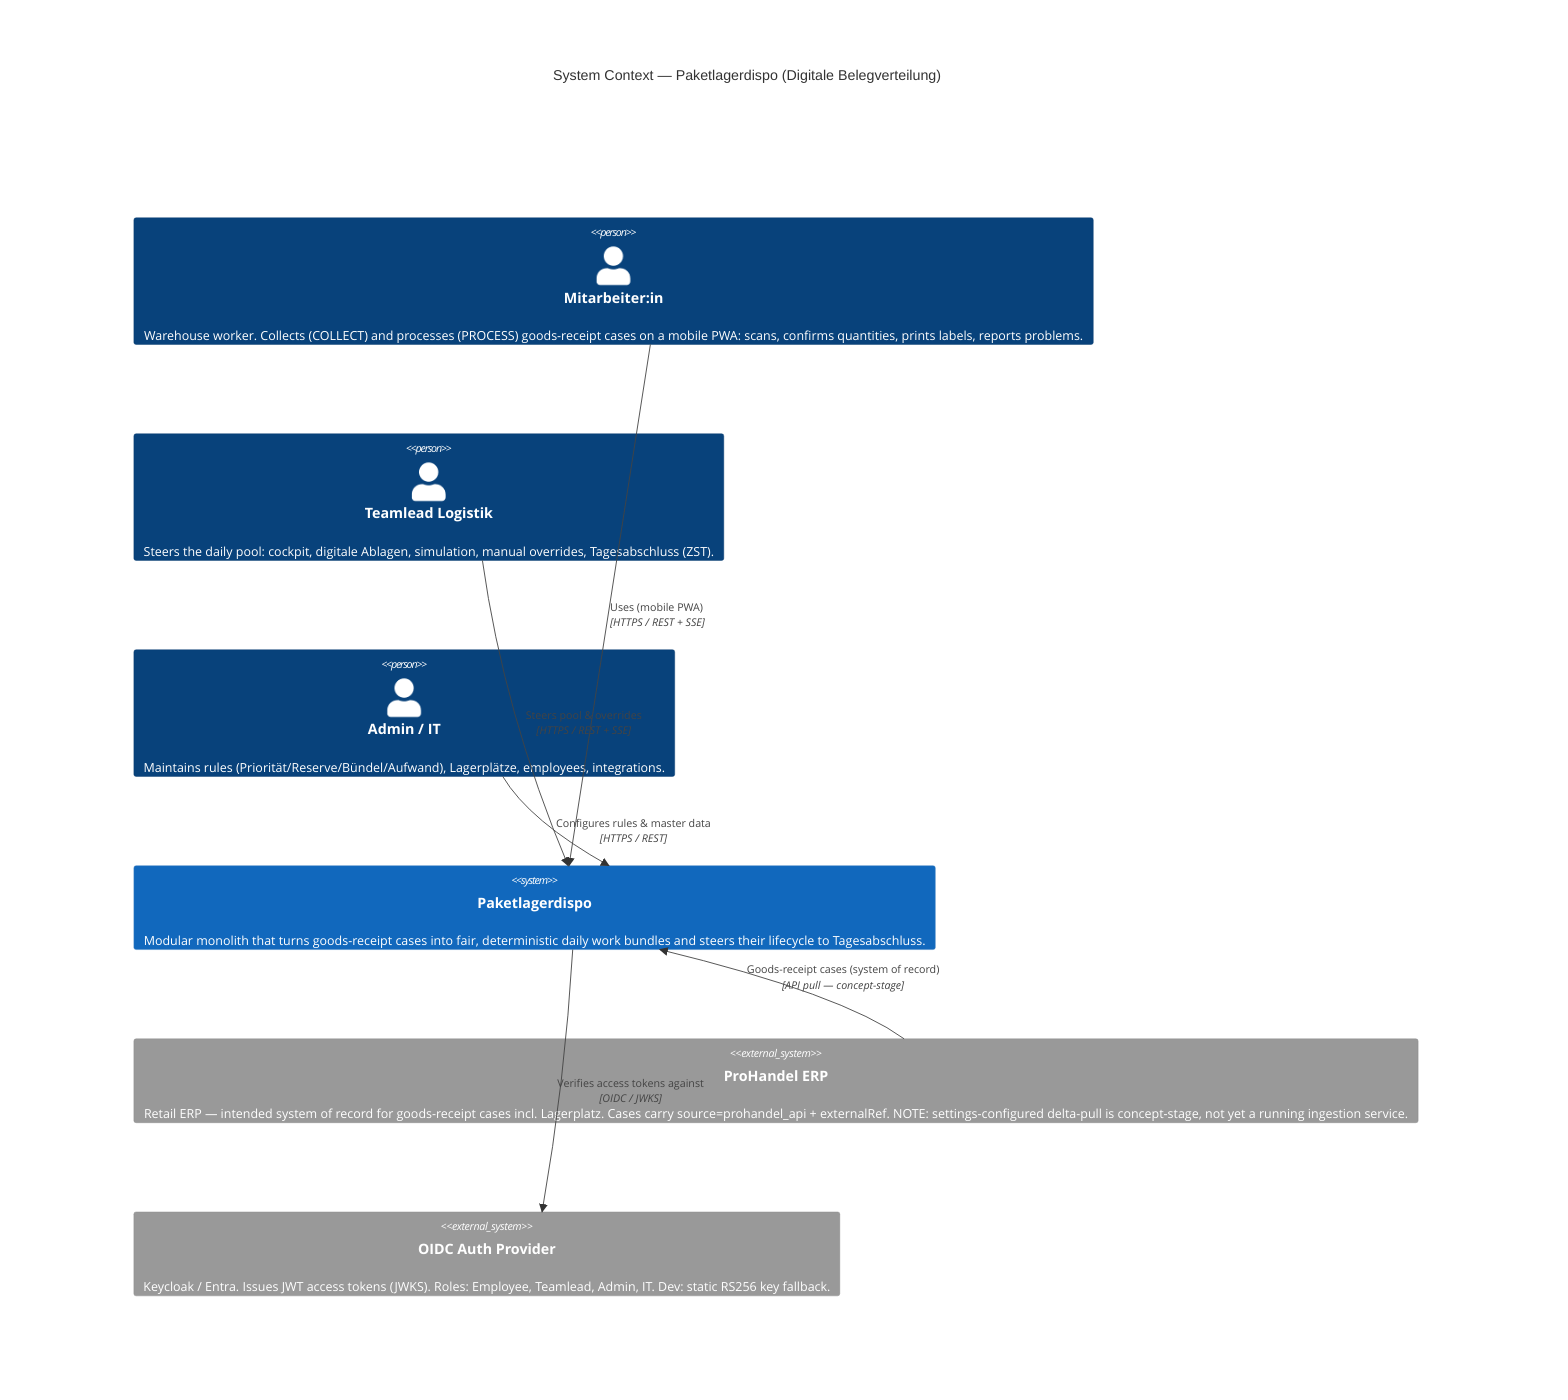
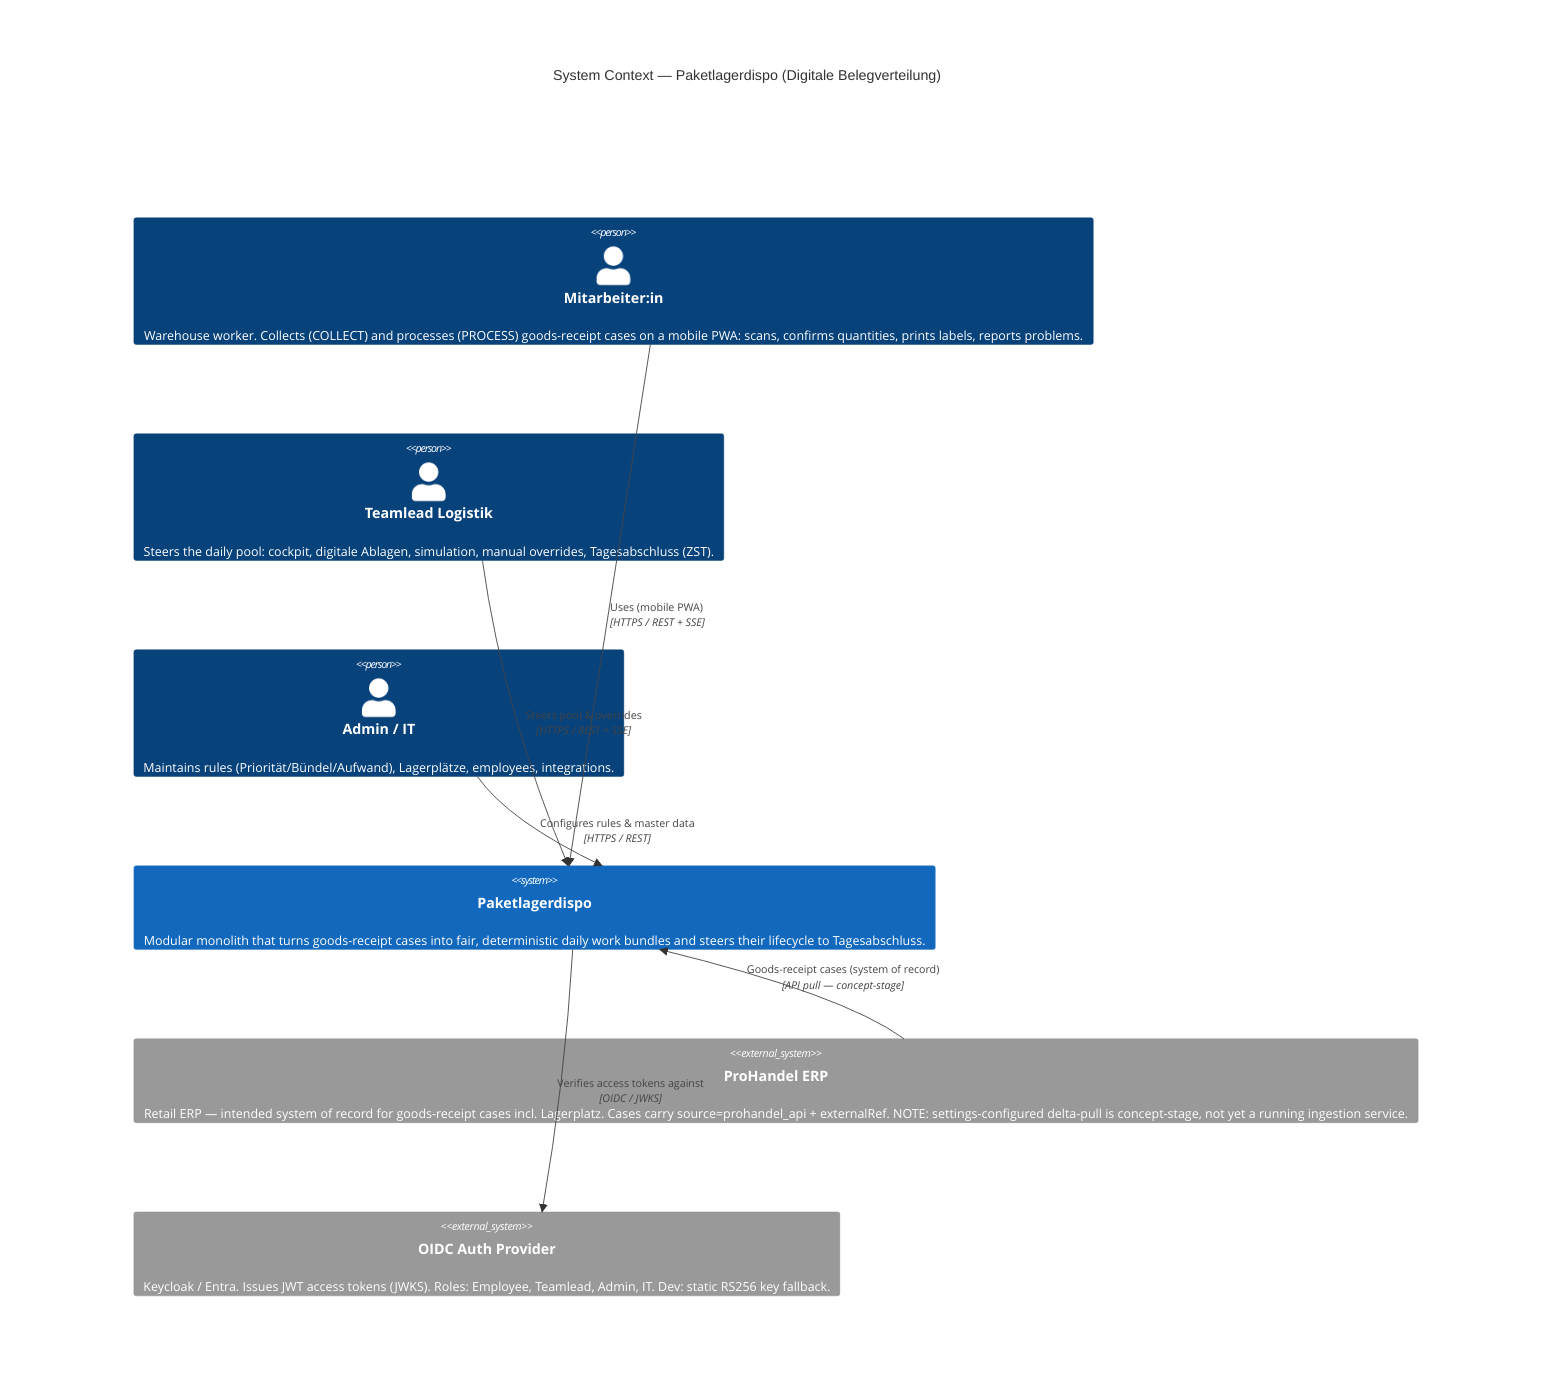
%% C4 Level 1 — System Context
%% Paketlagerdispo — Digitale Belegverteilung (L&T Logistics)
%% Source of truth: verified against apps/* and packages/* on branch main.
C4Context
    title System Context — Paketlagerdispo (Digitale Belegverteilung)

    Person(employee, "Mitarbeiter:in", "Warehouse worker. Collects (COLLECT) and processes (PROCESS) goods-receipt cases on a mobile PWA: scans, confirms quantities, prints labels, reports problems.")
    Person(teamlead, "Teamlead Logistik", "Steers the daily pool: cockpit, digitale Ablagen, simulation, manual overrides, Tagesabschluss (ZST).")
-     Person(admin, "Admin / IT", "Maintains rules (Priorität/Reserve/Bündel/Aufwand), Lagerplätze, employees, integrations.")
+     Person(admin, "Admin / IT", "Maintains rules (Priorität/Bündel/Aufwand), Lagerplätze, employees, integrations.")

    System(paket, "Paketlagerdispo", "Modular monolith that turns goods-receipt cases into fair, deterministic daily work bundles and steers their lifecycle to Tagesabschluss.")

    System_Ext(prohandel, "ProHandel ERP", "Retail ERP — intended system of record for goods-receipt cases incl. Lagerplatz. Cases carry source=prohandel_api + externalRef. NOTE: settings-configured delta-pull is concept-stage, not yet a running ingestion service.")
    System_Ext(oidc, "OIDC Auth Provider", "Keycloak / Entra. Issues JWT access tokens (JWKS). Roles: Employee, Teamlead, Admin, IT. Dev: static RS256 key fallback.")

    Rel(employee, paket, "Uses (mobile PWA)", "HTTPS / REST + SSE")
    Rel(teamlead, paket, "Steers pool & overrides", "HTTPS / REST + SSE")
    Rel(admin, paket, "Configures rules & master data", "HTTPS / REST")

    Rel(paket, oidc, "Verifies access tokens against", "OIDC / JWKS")
    Rel(prohandel, paket, "Goods-receipt cases (system of record)", "API pull — concept-stage")

    UpdateRelStyle(prohandel, paket, $offsetY="-30", $offsetX="-40", $lineColor="grey")
    UpdateLayoutConfig($c4ShapeInRow="2", $c4BoundaryInRow="1")
